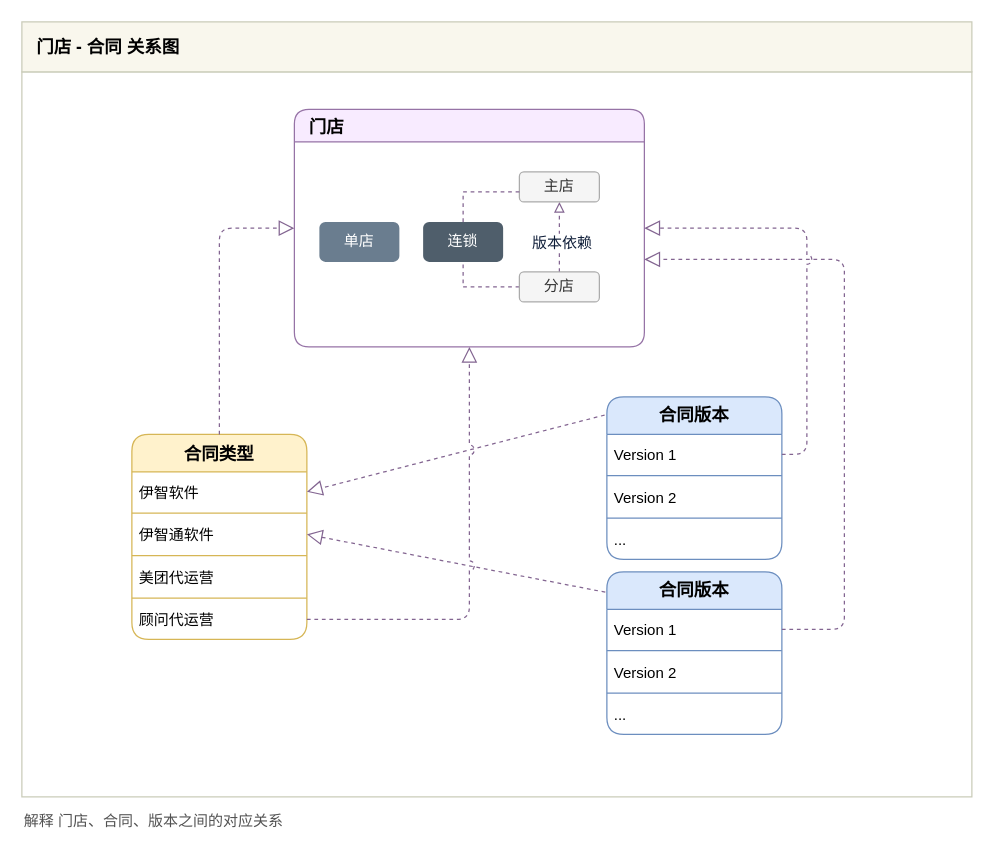
Before: page "门店 - 合同关系1" (2 of 3) of 伊智oa.drawio in yangbe/diagrams, a draw.io diagram. Source tidied: cells renumbered, new cells numbered last; positions are measured from the earlier drawing's top-left corner, leaving out a move shared by most shapes. Both pictures are drawn from the tidied source at 125%, with x=0, y=0 at pixel (21, 21).
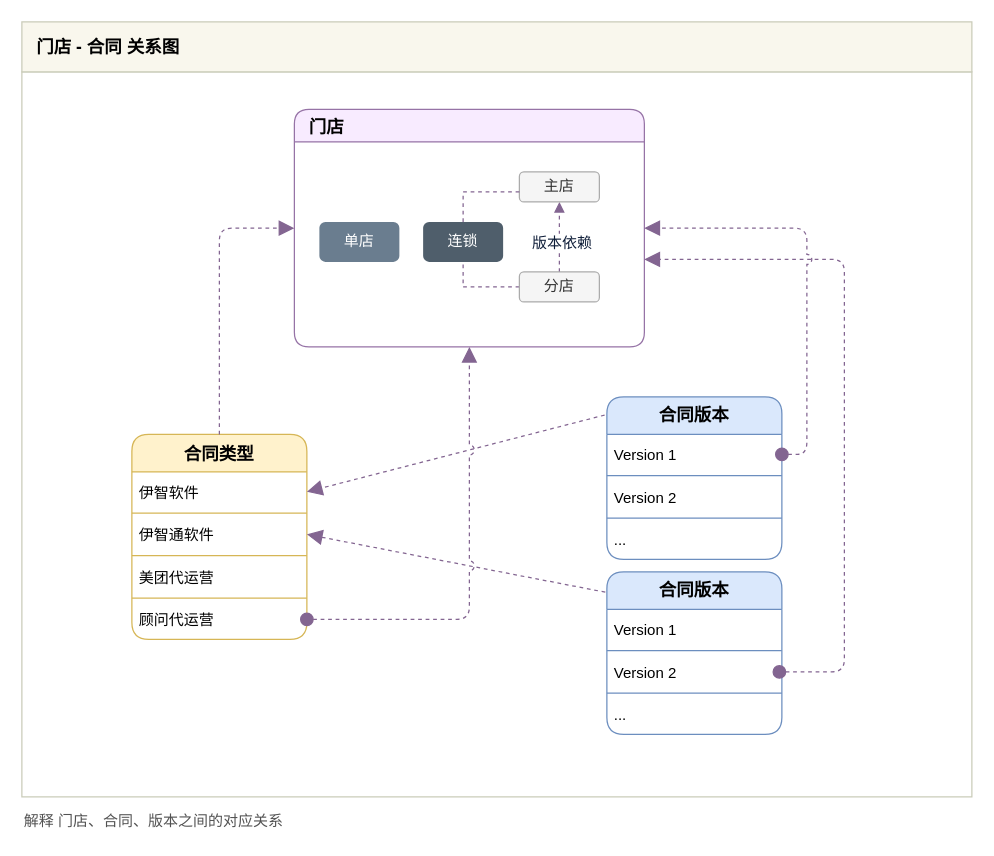
Above is the later version.

The change refers to these unchanged cells:
```xml
<mxCell id="2" style="group;" parent="1" vertex="1">
  <mxGeometry width="760" height="620" as="geometry" />
</mxCell>
<mxCell id="5" value="合同类型" style="swimlane;fontStyle=1;align=center;verticalAlign=middle;horizontal=1;startSize=30;rounded=1;glass=0;labelBackgroundColor=none;strokeColor=#d6b656;fillColor=#fff2cc;fontSize=14;" parent="2" vertex="1">
  <mxGeometry x="88" y="330" width="140" height="164" as="geometry" />
</mxCell>
<mxCell id="6" value="伊智软件" style="text;strokeColor=none;fillColor=none;align=left;verticalAlign=middle;spacingLeft=4;spacingRight=4;overflow=hidden;points=[[0,0.5],[1,0.5]];portConstraint=eastwest;" parent="5" vertex="1">
  <mxGeometry y="30" width="140" height="32" as="geometry" />
</mxCell>
<mxCell id="8" value="伊智通软件" style="text;strokeColor=none;fillColor=none;align=left;verticalAlign=middle;spacingLeft=4;spacingRight=4;overflow=hidden;points=[[0,0.5],[1,0.5]];portConstraint=eastwest;" parent="5" vertex="1">
  <mxGeometry y="64" width="140" height="32" as="geometry" />
</mxCell>
<mxCell id="12" value="顾问代运营" style="text;strokeColor=none;fillColor=none;align=left;verticalAlign=middle;spacingLeft=4;spacingRight=4;overflow=hidden;points=[[0,0.5],[1,0.5]];portConstraint=eastwest;" parent="5" vertex="1">
  <mxGeometry y="132" width="140" height="32" as="geometry" />
</mxCell>
<mxCell id="14" value="合同版本" style="swimlane;fontStyle=1;align=center;verticalAlign=top;horizontal=1;startSize=30;rounded=1;glass=0;labelBackgroundColor=none;strokeColor=#6c8ebf;fillColor=#dae8fc;fontSize=14;" parent="2" vertex="1">
  <mxGeometry x="468" y="300" width="140" height="130" as="geometry" />
</mxCell>
<mxCell id="15" value="Version 1" style="text;strokeColor=none;fillColor=none;align=left;verticalAlign=middle;spacingLeft=4;spacingRight=4;overflow=hidden;points=[[0,0.5],[1,0.5]];portConstraint=eastwest;" parent="14" vertex="1">
  <mxGeometry y="30" width="140" height="32" as="geometry" />
</mxCell>
<mxCell id="20" value="门店" style="swimlane;rounded=1;labelBackgroundColor=none;strokeColor=#9673a6;fillColor=#F8EBFF;fontSize=14;fontColor=#000000;align=left;startSize=26;spacingLeft=10;" parent="2" vertex="1">
  <mxGeometry x="218" y="70" width="280" height="190" as="geometry" />
</mxCell>
<mxCell id="26" value="分店" style="rounded=1;whiteSpace=wrap;html=1;fontSize=12;glass=0;strokeWidth=1;shadow=0;fillColor=#f5f5f5;fontColor=#333333;strokeColor=#ABABAB;" parent="20" vertex="1">
  <mxGeometry x="180" y="130" width="64" height="24" as="geometry" />
</mxCell>
<mxCell id="27" value="主店" style="rounded=1;whiteSpace=wrap;html=1;fontSize=12;glass=0;strokeWidth=1;shadow=0;fillColor=#f5f5f5;fontColor=#333333;strokeColor=#ABABAB;" parent="20" vertex="1">
  <mxGeometry x="180" y="50" width="64" height="24" as="geometry" />
</mxCell>
<mxCell id="31" value="合同版本" style="swimlane;fontStyle=1;align=center;verticalAlign=top;horizontal=1;startSize=30;rounded=1;glass=0;labelBackgroundColor=none;strokeColor=#6c8ebf;fillColor=#dae8fc;fontSize=14;" parent="2" vertex="1">
  <mxGeometry x="468" y="440" width="140" height="130" as="geometry" />
</mxCell>
<mxCell id="32" value="Version 1" style="text;strokeColor=none;fillColor=none;align=left;verticalAlign=middle;spacingLeft=4;spacingRight=4;overflow=hidden;points=[[0,0.5],[1,0.5]];portConstraint=eastwest;" parent="31" vertex="1">
  <mxGeometry y="30" width="140" height="32" as="geometry" />
</mxCell>
```

What changed in the source:
```diff
@@
-    <mxCell id="13" style="rounded=1;jumpStyle=arc;jumpSize=8;jettySize=auto;html=1;exitX=-0.013;exitY=0.112;exitDx=0;exitDy=0;dashed=1;startArrow=none;startFill=0;startSize=10;endArrow=block;endFill=0;endSize=10;strokeColor=#836591;fontSize=12;fontColor=#0E1D38;exitPerimeter=0;entryX=1;entryY=0.5;entryDx=0;entryDy=0;align=left;verticalAlign=bottom;" parent="2" edge="1" source="14" target="6">
+    <mxCell id="13" style="rounded=1;jumpStyle=arc;jumpSize=8;jettySize=auto;html=1;exitX=-0.013;exitY=0.112;exitDx=0;exitDy=0;dashed=1;startArrow=none;startFill=0;startSize=10;endArrow=block;endFill=1;endSize=10;strokeColor=#836591;fontSize=12;fontColor=#0E1D38;exitPerimeter=0;entryX=1;entryY=0.5;entryDx=0;entryDy=0;align=left;verticalAlign=bottom;" parent="2" edge="1" source="14" target="6">
       <mxGeometry x="-22" y="-10" as="geometry" />
     </mxCell>
@@
-    <mxCell id="23" style="rounded=0;jettySize=auto;html=1;exitX=0.5;exitY=0;exitDx=0;exitDy=0;entryX=0.5;entryY=1;entryDx=0;entryDy=0;dashed=1;endArrow=block;endFill=0;strokeColor=#836591;fontSize=14;fontColor=#0E1D38;edgeStyle=orthogonalEdgeStyle;" parent="20" edge="1" source="26" target="27">
+    <mxCell id="23" style="rounded=0;jettySize=auto;html=1;exitX=0.5;exitY=0;exitDx=0;exitDy=0;entryX=0.5;entryY=1;entryDx=0;entryDy=0;dashed=1;endArrow=block;endFill=1;strokeColor=#836591;fontSize=14;fontColor=#0E1D38;edgeStyle=orthogonalEdgeStyle;" parent="20" edge="1" source="26" target="27">
       <mxGeometry relative="1" as="geometry" />
     </mxCell>
@@
-    <mxCell id="29" style="rounded=1;jettySize=auto;html=1;exitX=0.5;exitY=0;exitDx=0;exitDy=0;entryX=0;entryY=0.5;entryDx=0;entryDy=0;endArrow=block;strokeColor=#836591;fontSize=12;fontColor=#0E1D38;jumpStyle=arc;jumpSize=8;dashed=1;startArrow=none;startFill=0;edgeStyle=orthogonalEdgeStyle;align=left;verticalAlign=bottom;endSize=10;startSize=10;endFill=0;" parent="2" edge="1" source="5" target="20">
+    <mxCell id="29" style="rounded=1;jettySize=auto;html=1;exitX=0.5;exitY=0;exitDx=0;exitDy=0;entryX=0;entryY=0.5;entryDx=0;entryDy=0;endArrow=block;strokeColor=#836591;fontSize=12;fontColor=#0E1D38;jumpStyle=arc;jumpSize=8;dashed=1;startArrow=none;startFill=0;edgeStyle=orthogonalEdgeStyle;align=left;verticalAlign=bottom;endSize=10;startSize=10;endFill=1;" parent="2" edge="1" source="5" target="20">
       <mxGeometry x="-22" y="-10" as="geometry" />
     </mxCell>
-    <mxCell id="30" style="edgeStyle=none;rounded=1;jumpStyle=arc;jumpSize=8;jettySize=auto;html=1;exitX=-0.009;exitY=0.125;exitDx=0;exitDy=0;dashed=1;startArrow=none;startFill=0;startSize=10;endArrow=block;endFill=0;endSize=10;strokeColor=#836591;fontSize=12;fontColor=#0E1D38;align=left;verticalAlign=bottom;exitPerimeter=0;entryX=1;entryY=0.5;entryDx=0;entryDy=0;" parent="2" edge="1" source="31" target="8">
+    <mxCell id="30" style="edgeStyle=none;rounded=1;jumpStyle=arc;jumpSize=8;jettySize=auto;html=1;exitX=-0.009;exitY=0.125;exitDx=0;exitDy=0;dashed=1;startArrow=none;startFill=0;startSize=10;endArrow=block;endFill=1;endSize=10;strokeColor=#836591;fontSize=12;fontColor=#0E1D38;align=left;verticalAlign=bottom;exitPerimeter=0;entryX=1;entryY=0.5;entryDx=0;entryDy=0;" parent="2" edge="1" source="31" target="8">
       <mxGeometry x="-22" y="-10" as="geometry" />
     </mxCell>
@@
-    <mxCell id="37" style="edgeStyle=orthogonalEdgeStyle;rounded=1;jettySize=auto;html=1;endArrow=block;strokeColor=#836591;fontSize=12;fontColor=#0E1D38;jumpStyle=arc;jumpSize=8;dashed=1;align=left;verticalAlign=bottom;endSize=10;startFill=0;startArrow=none;startSize=10;endFill=0;" parent="2" edge="1" source="32">
+    <mxCell id="37" style="edgeStyle=orthogonalEdgeStyle;rounded=1;orthogonalLoop=1;jettySize=auto;html=1;endArrow=block;strokeColor=#836591;fontSize=12;fontColor=#0E1D38;jumpStyle=arc;jumpSize=8;dashed=1;align=left;verticalAlign=bottom;endSize=10;startFill=1;startArrow=oval;startSize=10;endFill=1;" parent="2" edge="1">
       <mxGeometry x="-22" y="-10" as="geometry">
+        <mxPoint x="606" y="520" as="sourcePoint" />
         <mxPoint x="498" y="190" as="targetPoint" />
         <Array as="points">
-          <mxPoint x="658" y="486" />
+          <mxPoint x="658" y="520" />
           <mxPoint x="658" y="190" />
         </Array>
       </mxGeometry>
     </mxCell>
-    <mxCell id="38" style="rounded=1;jettySize=auto;html=1;exitX=1;exitY=0.5;exitDx=0;exitDy=0;entryX=1;entryY=0.5;entryDx=0;entryDy=0;endArrow=block;strokeColor=#836591;fontSize=12;fontColor=#0E1D38;edgeStyle=orthogonalEdgeStyle;jumpStyle=arc;jumpSize=8;dashed=1;align=left;verticalAlign=bottom;endSize=10;startFill=0;startArrow=none;startSize=10;endFill=0;" parent="2" edge="1" source="15" target="20">
+    <mxCell id="38" style="rounded=1;jettySize=auto;html=1;exitX=1;exitY=0.5;exitDx=0;exitDy=0;entryX=1;entryY=0.5;entryDx=0;entryDy=0;endArrow=block;strokeColor=#836591;fontSize=12;fontColor=#0E1D38;edgeStyle=orthogonalEdgeStyle;jumpStyle=arc;jumpSize=8;dashed=1;align=left;verticalAlign=bottom;endSize=10;startFill=1;startArrow=oval;startSize=10;endFill=1;" parent="2" edge="1" source="15" target="20">
       <mxGeometry x="-22" y="-10" as="geometry" />
     </mxCell>
-    <mxCell id="39" style="edgeStyle=orthogonalEdgeStyle;rounded=1;jettySize=auto;html=1;exitX=1;exitY=0.5;exitDx=0;exitDy=0;entryX=0.5;entryY=1;entryDx=0;entryDy=0;endArrow=block;strokeColor=#836591;fontSize=12;fontColor=#0E1D38;jumpStyle=arc;jumpSize=8;dashed=1;align=left;verticalAlign=bottom;endSize=10;startFill=0;startArrow=none;startSize=10;endFill=0;" parent="2" edge="1" source="12" target="20">
+    <mxCell id="39" style="edgeStyle=orthogonalEdgeStyle;rounded=1;jettySize=auto;html=1;exitX=1;exitY=0.5;exitDx=0;exitDy=0;entryX=0.5;entryY=1;entryDx=0;entryDy=0;endArrow=block;strokeColor=#836591;fontSize=12;fontColor=#0E1D38;jumpStyle=arc;jumpSize=8;dashed=1;align=left;verticalAlign=bottom;endSize=10;startFill=1;startArrow=oval;startSize=10;endFill=1;" parent="2" edge="1" source="12" target="20">
       <mxGeometry x="-22" y="-10" as="geometry" />
     </mxCell>
```
